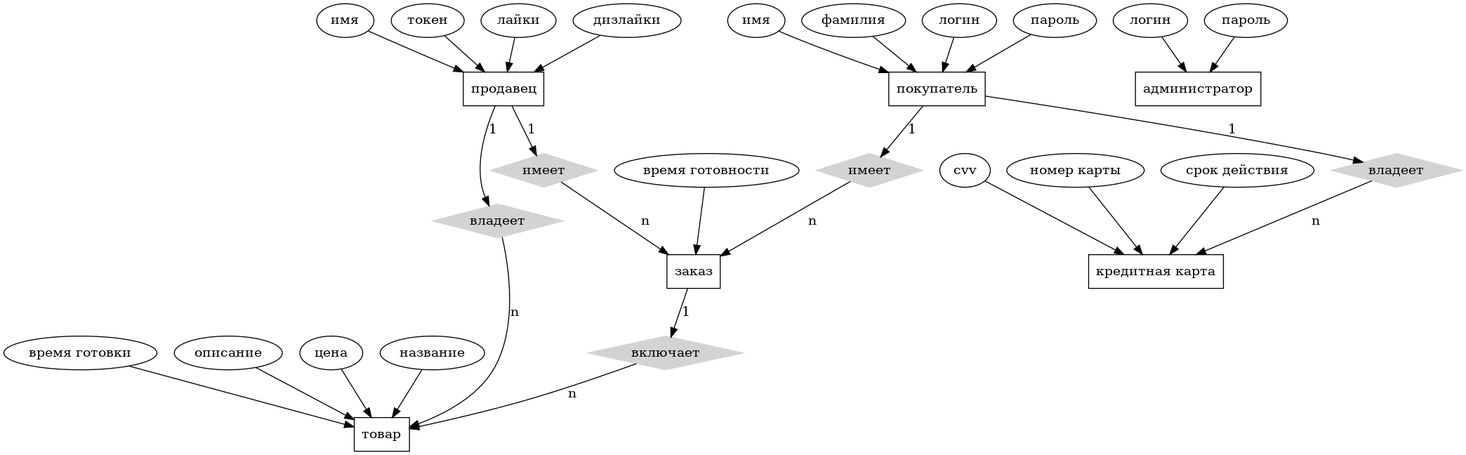
s3rius/feedEm keeps this Graphviz diagram as docs/ER.png. Above is the earlier version. Its source is kept beside it as docs/ER.gv.
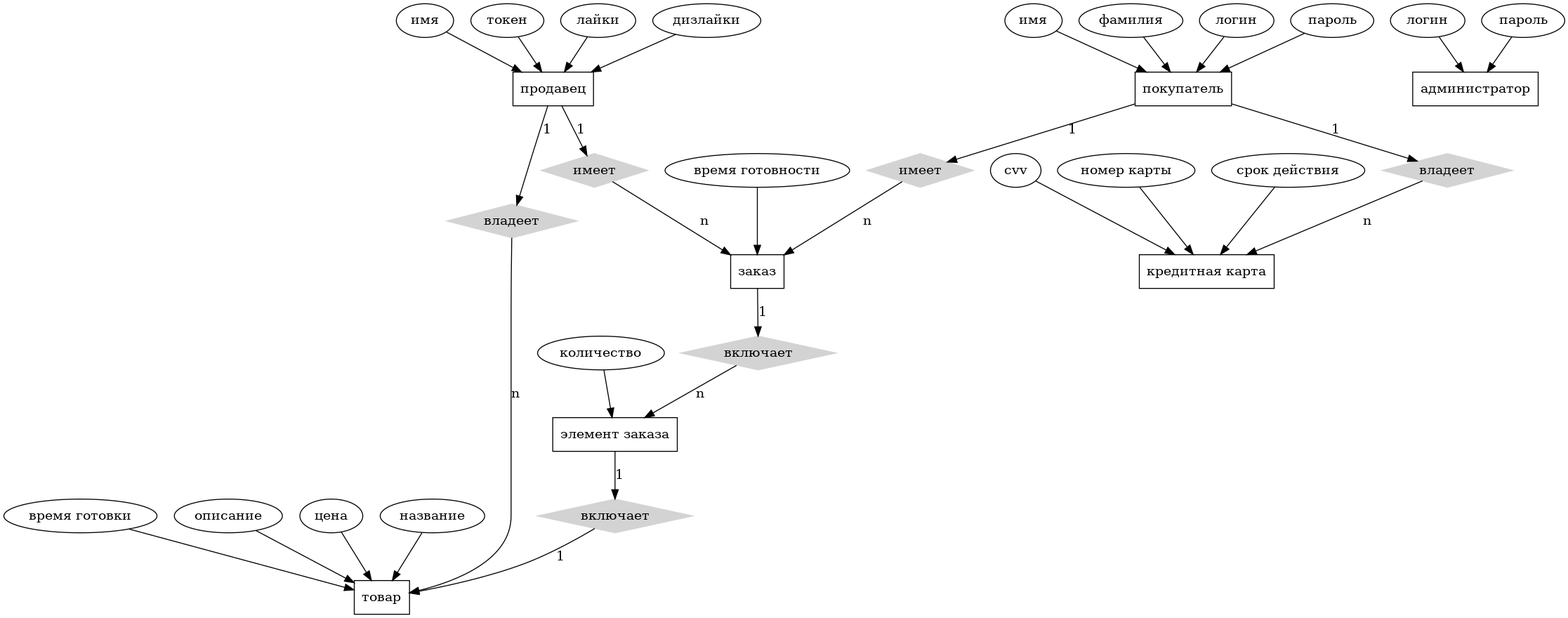
Above is the later version.

Commit message:
Added order's elements to diagram.

Change to the diagram source:
```diff
@@ -1,14 +1,14 @@
 digraph ER {
 	overlap = false;
 
-	node [shape=box]; покупатель; "кредитная карта"; администратор; заказ; продавец; товар;
+	node [shape=box]; покупатель; "кредитная карта"; администратор; заказ; продавец; товар; "элемент заказа";
 	node [shape=ellipse]; {node [label="имя"] имяПользователя; имяПродавца;}
-		фамилия;
+		фамилия; количество;
 		{node [label="логин"] логинПользователя; логинАдмин;}
 		 cvv; "номер карты"; "срок действия"; "время готовности"; "время готовки"; описание; цена; название; токен; лайки; дизлайки;
 		{node [label="пароль"] парольПользователя; парольАдмин;}
 	node [shape=diamond,style=filled,color=lightgrey]; {node [label="имеет"] имеет0; имеет1;}
-		включает;
+		{node [label="включает"] включает0; включает1}
 		{node [label="владеет"] владеет0; владеет1}
 
 	логинАдмин -> администратор;
@@ -36,8 +36,13 @@
 	описание -> товар;
 	название -> товар;
 
-	заказ -> включает [label="1",len=1.00];
- 	включает -> товар [label="n",len=1.00];
+	заказ -> включает0 [label="1",len=1.00];
+ 	включает0 -> "элемент заказа" [label="n",len=1.00];
+
+	количество -> "элемент заказа";
+
+	"элемент заказа" -> включает1 [label="1",len=1.00];
+ 	включает1 -> товар [label="1",len=1.00];
 
 	токен -> продавец;
 	лайки -> продавец;
```
